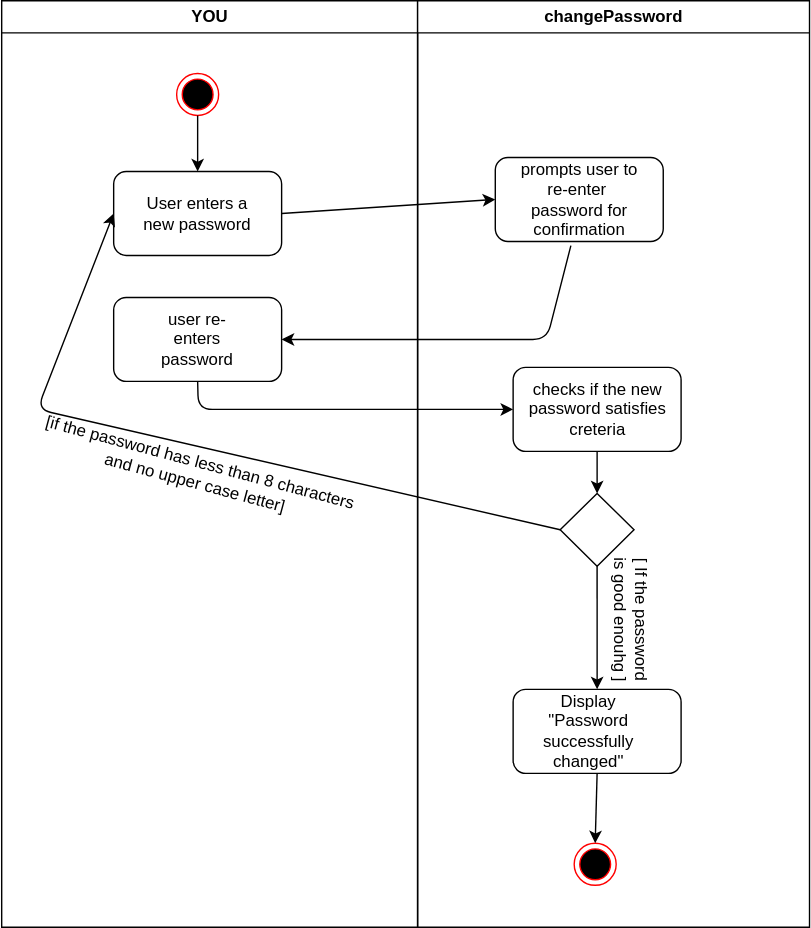
samuelpilusa365/myRepo keeps this draw.io diagram as classtest.svg. Above is the earlier version. Source tidied: cells renumbered, new cells last; positions are measured from the earlier drawing's top-left corner, leaving out a move shared by most shapes.
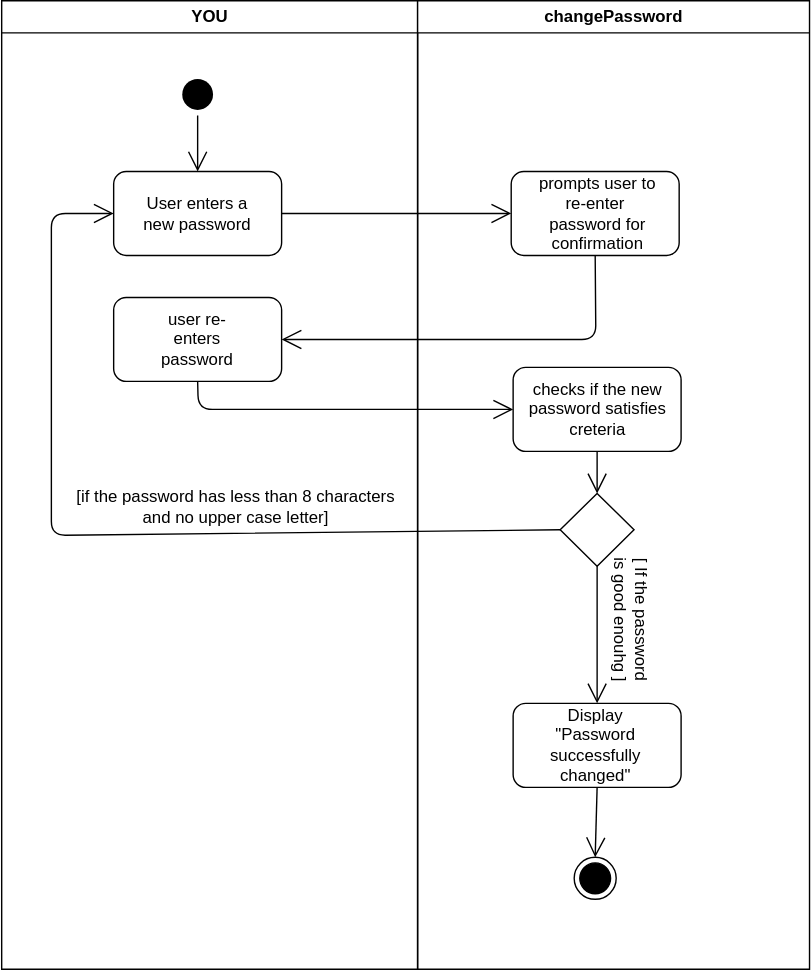
The same diagram one commit later.

What changed in the source:
```diff
@@ -3,9 +3,9 @@
     <mxCell id="0" />
     <mxCell id="1" parent="0" />
     <mxCell id="2" value="YOU" style="swimlane;whiteSpace=wrap;" parent="1" vertex="1">
-      <mxGeometry x="0.5" width="297.1" height="662" as="geometry" />
+      <mxGeometry x="0.5" width="297.1" height="692" as="geometry" />
     </mxCell>
-    <mxCell id="3" style="ellipse;html=1;shape=endState;fillColor=#000000;strokeColor=#ff0000;" parent="2" vertex="1">
+    <mxCell id="3" style="ellipse;html=1;shape=endState;fillColor=#000000;strokeColor=none;" parent="2" vertex="1">
       <mxGeometry x="125" y="52" width="30" height="30" as="geometry" />
     </mxCell>
     <mxCell id="4" style="rounded=1;whiteSpace=wrap;html=1;" parent="2" vertex="1">
@@ -14,26 +14,26 @@
     <mxCell id="5" value="User enters a new password" style="text;html=1;strokeColor=none;fillColor=none;align=center;verticalAlign=middle;whiteSpace=wrap;rounded=0;" parent="2" vertex="1">
       <mxGeometry x="92.8" y="142" width="94.5" height="20" as="geometry" />
     </mxCell>
-    <mxCell id="6" style="endArrow=classic;html=1;exitX=0.5;exitY=1;exitDx=0;exitDy=0;entryX=0.5;entryY=0;entryDx=0;entryDy=0;" parent="2" edge="1" source="3" target="4">
-      <mxGeometry relative="1" as="geometry" />
-    </mxCell>
     <mxCell id="7" style="rounded=1;whiteSpace=wrap;html=1;" parent="2" vertex="1">
       <mxGeometry x="80" y="212" width="120" height="60" as="geometry" />
     </mxCell>
     <mxCell id="8" value="user re-enters password" style="text;html=1;strokeColor=none;fillColor=none;align=center;verticalAlign=middle;whiteSpace=wrap;rounded=0;" parent="2" vertex="1">
       <mxGeometry x="102.5" y="232" width="75" height="20" as="geometry" />
     </mxCell>
-    <mxCell id="9" value="[if the password has less than 8 characters and no upper case letter]" style="text;html=1;strokeColor=none;fillColor=none;align=center;verticalAlign=middle;whiteSpace=wrap;rounded=0;rotation=15;" parent="2" vertex="1">
-      <mxGeometry x="18.2" y="326.7" width="243.6" height="20" as="geometry" />
+    <mxCell id="9" value="[if the password has less than 8 characters and no upper case letter]" style="text;html=1;strokeColor=none;fillColor=none;align=center;verticalAlign=middle;whiteSpace=wrap;rounded=0;rotation=0;" parent="2" vertex="1">
+      <mxGeometry x="45.5" y="352" width="243.6" height="20" as="geometry" />
     </mxCell>
+    <mxCell id="6" style="endArrow=open;endFill=1;endSize=12;html=1;exitX=0.5;exitY=1;exitDx=0;exitDy=0;entryX=0.5;entryY=0;entryDx=0;entryDy=0;" parent="2" edge="1" source="3" target="4">
+      <mxGeometry relative="1" as="geometry" />
+    </mxCell>
     <mxCell id="10" value="changePassword" style="swimlane;whiteSpace=wrap;" parent="1" vertex="1">
-      <mxGeometry x="297.6" width="280" height="662" as="geometry" />
+      <mxGeometry x="297.6" width="280" height="692" as="geometry" />
     </mxCell>
     <mxCell id="11" style="rounded=1;whiteSpace=wrap;html=1;" parent="10" vertex="1">
-      <mxGeometry x="55.5" y="112" width="120" height="60" as="geometry" />
+      <mxGeometry x="66.9" y="122" width="120" height="60" as="geometry" />
     </mxCell>
     <mxCell id="12" value="prompts user to re-enter&amp;nbsp; password for confirmation" style="text;html=1;strokeColor=none;fillColor=none;align=center;verticalAlign=middle;whiteSpace=wrap;rounded=0;" parent="10" vertex="1">
-      <mxGeometry x="68.2" y="132" width="94.5" height="20" as="geometry" />
+      <mxGeometry x="81" y="142" width="94.5" height="20" as="geometry" />
     </mxCell>
     <mxCell id="13" style="rounded=1;whiteSpace=wrap;html=1;" parent="10" vertex="1">
       <mxGeometry x="68.2" y="262" width="120" height="60" as="geometry" />
@@ -44,50 +44,51 @@
     <mxCell id="15" style="rhombus;whiteSpace=wrap;html=1;" parent="10" vertex="1">
       <mxGeometry x="101.9" y="352" width="52.8" height="52" as="geometry" />
     </mxCell>
-    <mxCell id="16" style="endArrow=classic;html=1;exitX=0.5;exitY=1;exitDx=0;exitDy=0;entryX=0.5;entryY=0;entryDx=0;entryDy=0;" parent="10" edge="1" source="13" target="15">
-      <mxGeometry relative="1" as="geometry" />
-    </mxCell>
     <mxCell id="17" style="rounded=1;whiteSpace=wrap;html=1;" parent="10" vertex="1">
-      <mxGeometry x="68.2" y="492" width="120" height="60" as="geometry" />
+      <mxGeometry x="68.2" y="502" width="120" height="60" as="geometry" />
     </mxCell>
-    <mxCell id="18" style="endArrow=classic;html=1;exitX=0.5;exitY=1;exitDx=0;exitDy=0;entryX=0.5;entryY=0;entryDx=0;entryDy=0;" parent="10" edge="1" source="15" target="17">
-      <mxGeometry relative="1" as="geometry" />
-    </mxCell>
     <mxCell id="19" value="[ If the password is good enouhg ]" style="text;html=1;strokeColor=none;fillColor=none;align=center;verticalAlign=middle;whiteSpace=wrap;rounded=0;rotation=90;" parent="10" vertex="1">
       <mxGeometry x="101.9" y="432" width="102" height="20" as="geometry" />
     </mxCell>
     <mxCell id="20" value="Display &quot;Password successfully changed&quot;" style="text;html=1;strokeColor=none;fillColor=none;align=center;verticalAlign=middle;whiteSpace=wrap;rounded=0;" parent="10" vertex="1">
-      <mxGeometry x="101.9" y="512" width="40" height="20" as="geometry" />
+      <mxGeometry x="106.9" y="522" width="40" height="20" as="geometry" />
     </mxCell>
-    <mxCell id="21" style="ellipse;html=1;shape=endState;fillColor=#000000;strokeColor=#ff0000;" parent="10" vertex="1">
-      <mxGeometry x="111.9" y="602" width="30" height="30" as="geometry" />
+    <mxCell id="21" style="ellipse;html=1;shape=endState;fillColor=#000000;strokeColor=#000000;" parent="10" vertex="1">
+      <mxGeometry x="111.9" y="612" width="30" height="30" as="geometry" />
     </mxCell>
+    <mxCell id="16" style="endArrow=open;endFill=1;endSize=12;html=1;exitX=0.5;exitY=1;exitDx=0;exitDy=0;entryX=0.5;entryY=0;entryDx=0;entryDy=0;" parent="10" edge="1" source="13" target="15">
+      <mxGeometry relative="1" as="geometry" />
+    </mxCell>
+    <mxCell id="18" style="endArrow=open;endFill=1;endSize=12;html=1;exitX=0.5;exitY=1;exitDx=0;exitDy=0;entryX=0.5;entryY=0;entryDx=0;entryDy=0;" parent="10" edge="1" source="15" target="17">
+      <mxGeometry relative="1" as="geometry" />
+    </mxCell>
-    <mxCell id="22" style="endArrow=classic;html=1;exitX=0.5;exitY=1;exitDx=0;exitDy=0;entryX=0.5;entryY=0;entryDx=0;entryDy=0;" parent="10" edge="1" source="17" target="21">
+    <mxCell id="22" style="endArrow=open;endFill=1;endSize=12;html=1;exitX=0.5;exitY=1;exitDx=0;exitDy=0;entryX=0.5;entryY=0;entryDx=0;entryDy=0;" parent="10" edge="1" source="17" target="21">
       <mxGeometry relative="1" as="geometry" />
     </mxCell>
+    <mxCell id="26" style="endArrow=open;endFill=1;endSize=12;html=1;exitX=0;exitY=0.5;exitDx=0;exitDy=0;entryX=0;entryY=0.5;entryDx=0;entryDy=0;" parent="1" edge="1" source="15" target="4">
+      <mxGeometry relative="1" as="geometry">
+        <Array as="points">
+          <mxPoint x="36" y="382" />
+          <mxPoint x="36" y="152" />
+        </Array>
+      </mxGeometry>
+    </mxCell>
-    <mxCell id="23" style="endArrow=classic;html=1;exitX=1;exitY=0.5;exitDx=0;exitDy=0;entryX=0;entryY=0.5;entryDx=0;entryDy=0;" parent="1" edge="1" source="4" target="11">
+    <mxCell id="23" style="endArrow=open;endFill=1;endSize=12;html=1;exitX=1;exitY=0.5;exitDx=0;exitDy=0;entryX=0;entryY=0.5;entryDx=0;entryDy=0;" parent="1" edge="1" source="4" target="11">
       <mxGeometry relative="1" as="geometry" />
     </mxCell>
-    <mxCell id="24" style="endArrow=classic;html=1;exitX=0.45;exitY=1.05;exitDx=0;exitDy=0;exitPerimeter=0;entryX=1;entryY=0.5;entryDx=0;entryDy=0;" parent="1" edge="1" source="11" target="7">
+    <mxCell id="24" style="endArrow=open;endFill=1;endSize=12;html=1;exitX=0.5;exitY=1;exitDx=0;exitDy=0;entryX=1;entryY=0.5;entryDx=0;entryDy=0;" parent="1" edge="1" source="11" target="7">
       <mxGeometry relative="1" as="geometry">
         <Array as="points">
-          <mxPoint x="390" y="242" />
+          <mxPoint x="425" y="242" />
         </Array>
       </mxGeometry>
     </mxCell>
-    <mxCell id="25" style="endArrow=classic;html=1;exitX=0.5;exitY=1;exitDx=0;exitDy=0;entryX=0;entryY=0.5;entryDx=0;entryDy=0;" parent="1" edge="1" source="7" target="13">
+    <mxCell id="25" style="endArrow=open;endFill=1;endSize=12;html=1;exitX=0.5;exitY=1;exitDx=0;exitDy=0;entryX=0;entryY=0.5;entryDx=0;entryDy=0;" parent="1" edge="1" source="7" target="13">
       <mxGeometry relative="1" as="geometry">
         <Array as="points">
           <mxPoint x="141" y="292" />
         </Array>
       </mxGeometry>
     </mxCell>
-    <mxCell id="26" style="endArrow=classic;html=1;exitX=0;exitY=0.5;exitDx=0;exitDy=0;entryX=0;entryY=0.5;entryDx=0;entryDy=0;" parent="1" edge="1" source="15" target="4">
-      <mxGeometry relative="1" as="geometry">
-        <Array as="points">
-          <mxPoint x="26" y="292" />
-        </Array>
-      </mxGeometry>
-    </mxCell>
   </root>
 </mxGraphModel>
```
